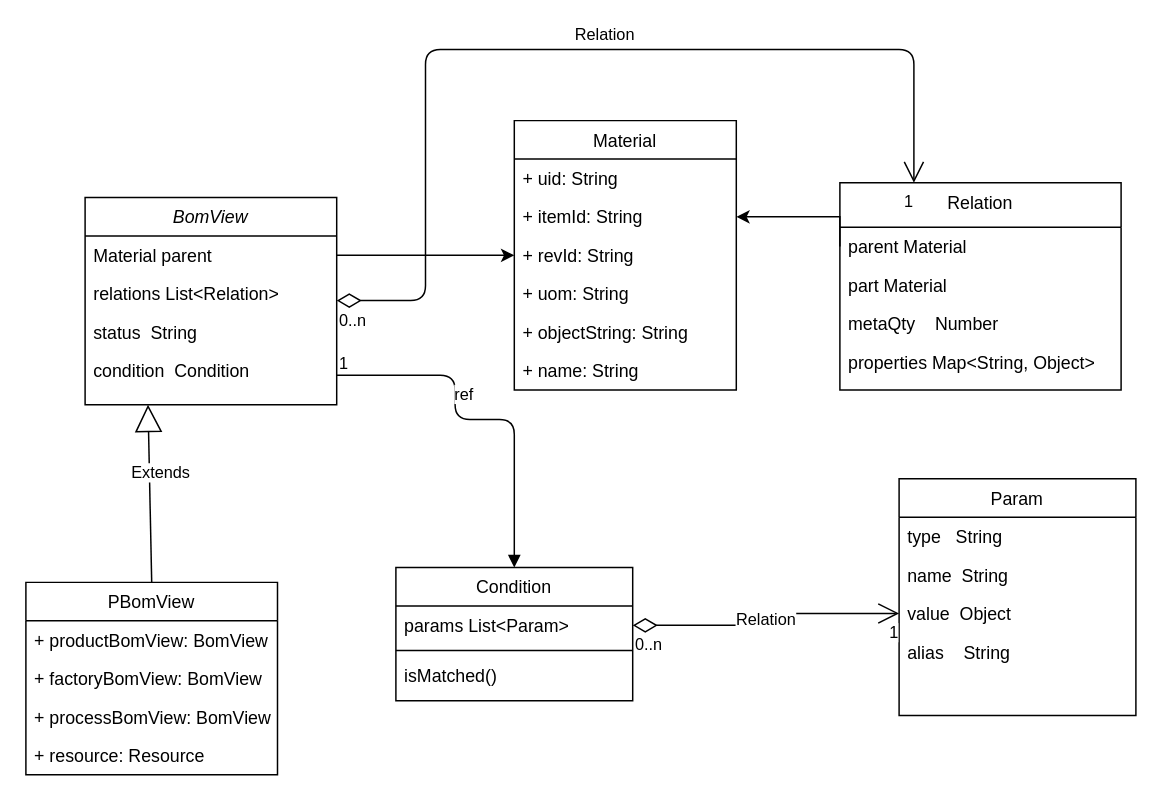
Above: XBOM.drawio in lvmq/emop (draw.io), before the change. Source tidied: cells renumbered, new cells numbered last; positions are measured from the earlier drawing's top-left corner, leaving out a move shared by most shapes. Both pictures are drawn from the tidied source at 148%, with x=0, y=0 at pixel (25, 49).
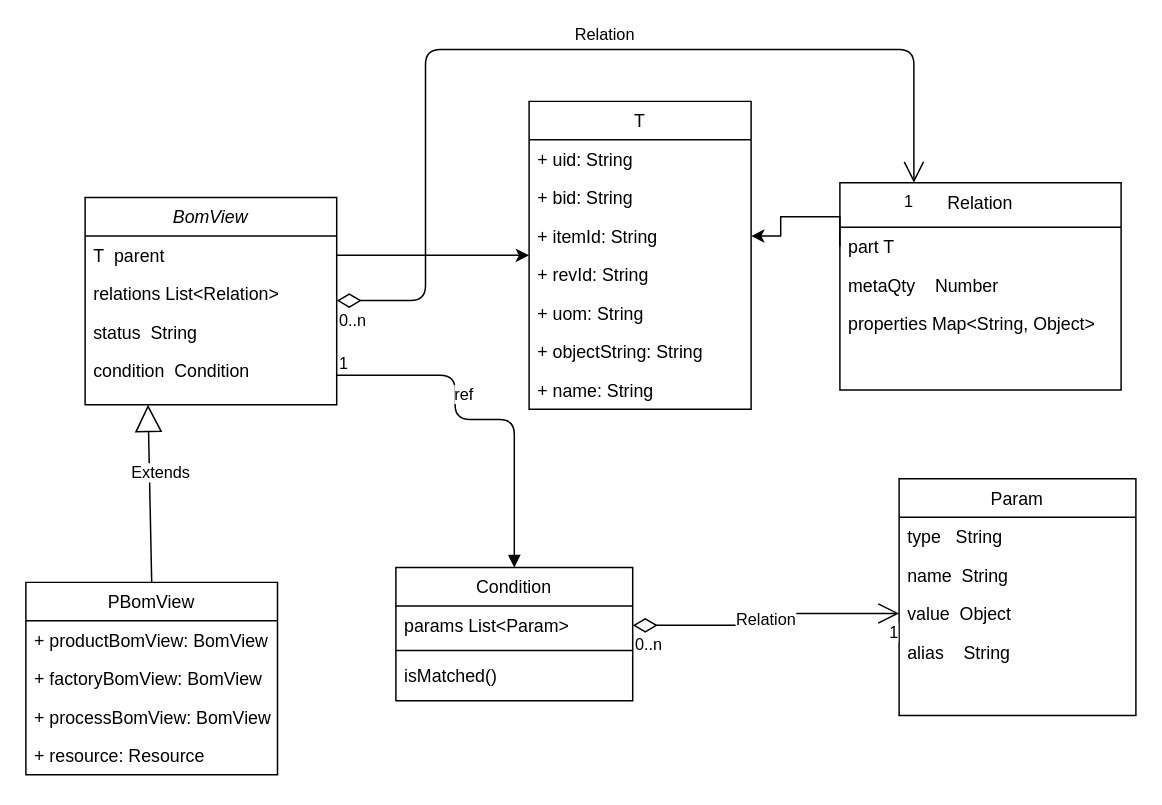
After the change.

Commit message:
物料改用泛型来代替

The change refers to these unchanged cells:
```xml
<mxCell id="9" value="BomView" style="swimlane;fontStyle=2;align=center;verticalAlign=top;horizontal=1;startSize=26;rounded=0;shadow=0;strokeWidth=1;" parent="1" vertex="1">
  <mxGeometry x="40" y="100" width="170" height="140" as="geometry" />
</mxCell>
<mxCell id="18" value="Relation" style="swimlane;fontStyle=0;align=center;verticalAlign=top;horizontal=1;startSize=30;rounded=0;shadow=0;strokeWidth=1;" parent="1" vertex="1">
  <mxGeometry x="550" y="90" width="190" height="140" as="geometry" />
</mxCell>
```

What changed in the source:
```diff
@@
-    <mxCell id="2" value="Material" style="swimlane;fontStyle=0;horizontal=1;startSize=26;fillColor=none;" parent="1" vertex="1">
-      <mxGeometry x="330" y="48" width="150" height="182" as="geometry" />
+    <mxCell id="2" value="T" style="swimlane;fontStyle=0;horizontal=1;startSize=26;fillColor=none;" parent="1" vertex="1">
+      <mxGeometry x="340" y="35" width="150" height="208" as="geometry" />
     </mxCell>
@@
+    <mxCell id="44" value="+ bid: String&#10;" style="text;strokeColor=none;fillColor=none;align=left;verticalAlign=top;spacingLeft=4;spacingRight=4;overflow=hidden;" parent="2" vertex="1">
+      <mxGeometry y="52" width="150" height="26" as="geometry" />
+    </mxCell>
     <mxCell id="4" value="+ itemId: String" style="text;strokeColor=none;fillColor=none;align=left;verticalAlign=top;spacingLeft=4;spacingRight=4;overflow=hidden;points=[[0,0.5],[1,0.5]];portConstraint=eastwest;" parent="2" vertex="1">
-      <mxGeometry y="52" width="150" height="26" as="geometry" />
+      <mxGeometry y="78" width="150" height="26" as="geometry" />
     </mxCell>
     <mxCell id="5" value="+ revId: String" style="text;strokeColor=none;fillColor=none;align=left;verticalAlign=top;spacingLeft=4;spacingRight=4;overflow=hidden;" parent="2" vertex="1">
-      <mxGeometry y="78" width="150" height="26" as="geometry" />
+      <mxGeometry y="104" width="150" height="26" as="geometry" />
     </mxCell>
     <mxCell id="6" value="+ uom: String" style="text;strokeColor=none;fillColor=none;align=left;verticalAlign=top;spacingLeft=4;spacingRight=4;overflow=hidden;" parent="2" vertex="1">
-      <mxGeometry y="104" width="150" height="26" as="geometry" />
+      <mxGeometry y="130" width="150" height="26" as="geometry" />
     </mxCell>
     <mxCell id="7" value="+ objectString: String" style="text;strokeColor=none;fillColor=none;align=left;verticalAlign=top;spacingLeft=4;spacingRight=4;overflow=hidden;" parent="2" vertex="1">
-      <mxGeometry y="130" width="150" height="26" as="geometry" />
+      <mxGeometry y="156" width="150" height="26" as="geometry" />
     </mxCell>
     <mxCell id="8" value="+ name: String" style="text;strokeColor=none;fillColor=none;align=left;verticalAlign=top;spacingLeft=4;spacingRight=4;overflow=hidden;" parent="2" vertex="1">
-      <mxGeometry y="156" width="150" height="26" as="geometry" />
+      <mxGeometry y="182" width="150" height="26" as="geometry" />
     </mxCell>
@@
-    <mxCell id="10" value="Material parent&#10;" style="text;align=left;verticalAlign=top;spacingLeft=4;spacingRight=4;overflow=hidden;points=[[0,0.5],[1,0.5]];portConstraint=eastwest;" parent="9" vertex="1">
+    <mxCell id="10" value="T  parent&#10;" style="text;align=left;verticalAlign=top;spacingLeft=4;spacingRight=4;overflow=hidden;points=[[0,0.5],[1,0.5]];portConstraint=eastwest;" parent="9" vertex="1">
       <mxGeometry y="26" width="170" height="26" as="geometry" />
     </mxCell>
@@
-    <mxCell id="19" value="parent Material&#10;" style="text;align=left;verticalAlign=top;spacingLeft=4;spacingRight=4;overflow=hidden;points=[[0,0.5],[1,0.5]];portConstraint=eastwest;" parent="18" vertex="1">
-      <mxGeometry y="30" width="190" height="26" as="geometry" />
-    </mxCell>
-    <mxCell id="20" value="part Material" style="text;align=left;verticalAlign=top;spacingLeft=4;spacingRight=4;overflow=hidden;rounded=0;shadow=0;html=0;" parent="18" vertex="1">
-      <mxGeometry y="56" width="190" height="26" as="geometry" />
+    <mxCell id="20" value="part T" style="text;align=left;verticalAlign=top;spacingLeft=4;spacingRight=4;overflow=hidden;rounded=0;shadow=0;html=0;" parent="18" vertex="1">
+      <mxGeometry y="30" width="190" height="26" as="geometry" />
     </mxCell>
     <mxCell id="21" value="metaQty    Number&#10;" style="text;align=left;verticalAlign=top;spacingLeft=4;spacingRight=4;overflow=hidden;rounded=0;shadow=0;html=0;" parent="18" vertex="1">
-      <mxGeometry y="82" width="190" height="26" as="geometry" />
+      <mxGeometry y="56" width="190" height="26" as="geometry" />
     </mxCell>
     <mxCell id="22" value="properties Map&lt;String, Object&gt;" style="text;align=left;verticalAlign=top;spacingLeft=4;spacingRight=4;overflow=hidden;rounded=0;shadow=0;html=0;" parent="18" vertex="1">
-      <mxGeometry y="108" width="190" height="26" as="geometry" />
+      <mxGeometry y="82" width="190" height="26" as="geometry" />
     </mxCell>
@@
-    <mxCell id="43" style="edgeStyle=orthogonalEdgeStyle;rounded=0;jettySize=auto;html=1;exitX=0;exitY=0.5;exitDx=0;exitDy=0;entryX=1;entryY=0.5;entryDx=0;entryDy=0;" parent="1" edge="1" source="19" target="4">
+    <mxCell id="43" style="edgeStyle=orthogonalEdgeStyle;rounded=0;jettySize=auto;html=1;exitX=0;exitY=0.5;exitDx=0;exitDy=0;entryX=1;entryY=0.5;entryDx=0;entryDy=0;" parent="1" edge="1" target="4">
       <mxGeometry relative="1" as="geometry">
+        <mxPoint x="550" y="133" as="sourcePoint" />
         <Array as="points">
           <mxPoint x="550" y="113" />
+          <mxPoint x="510" y="113" />
+          <mxPoint x="510" y="126" />
         </Array>
       </mxGeometry>
     </mxCell>
```
